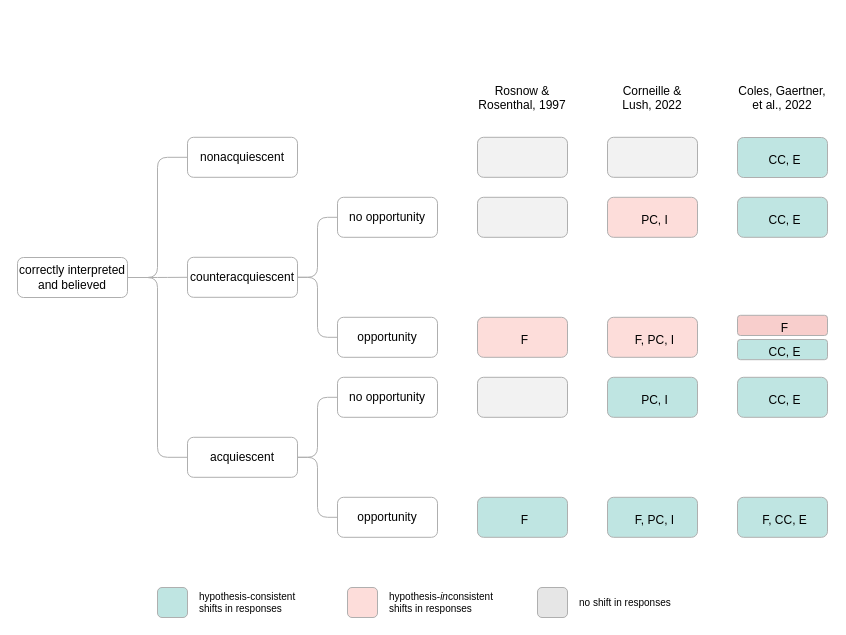
The draw.io diagram page "Copy of FrameworkFigure" (2 of 9) of images/metaware_figures.drawio in ColesNicholas/metaware, before the edit. Source tidied: cells renumbered, new cells numbered last; positions are measured from the earlier drawing's top-left corner, leaving out a move shared by most shapes. Both pictures are drawn from the tidied source at 100%, with x=0, y=0 at pixel (17, 77).
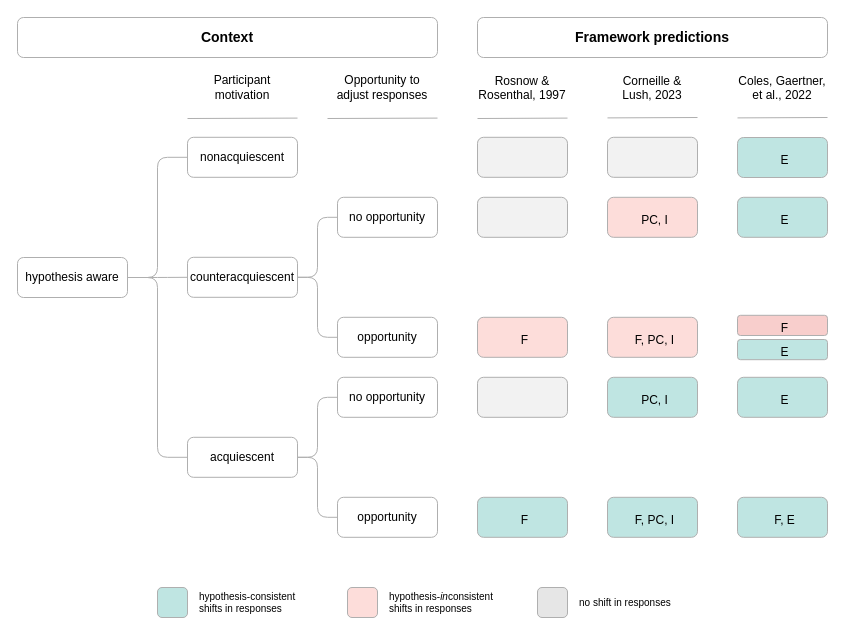
The same diagram, later.

The edit, as a diff of the source:
```diff
@@
-    <mxCell id="2" value="correctly interpreted and believed" style="rounded=1;whiteSpace=wrap;html=1;strokeColor=#AFAFAF;" parent="1" vertex="1">
+    <mxCell id="2" value="hypothesis aware" style="rounded=1;whiteSpace=wrap;html=1;strokeColor=#AFAFAF;" parent="1" vertex="1">
       <mxGeometry y="180" width="110" height="40" as="geometry" />
     </mxCell>
@@
-    <mxCell id="27" value="&lt;font style=&quot;font-size: 12px;&quot;&gt;Rosnow &amp;amp; Rosenthal, 1997&lt;/font&gt;&lt;b&gt;&lt;br&gt;&lt;/b&gt;" style="text;html=1;strokeColor=none;fillColor=none;align=center;verticalAlign=top;whiteSpace=wrap;rounded=1;fontStyle=0;fontColor=#000000;" parent="1" vertex="1">
-      <mxGeometry x="460" width="90" height="40" as="geometry" />
+    <mxCell id="27" value="&lt;font style=&quot;font-size: 12px;&quot;&gt;Rosnow &amp;amp; Rosenthal, 1997&lt;/font&gt;&lt;span&gt;&lt;br&gt;&lt;/span&gt;" style="text;html=1;strokeColor=none;fillColor=none;align=center;verticalAlign=top;whiteSpace=wrap;rounded=1;fontStyle=0;fontColor=#000000;" parent="1" vertex="1">
+      <mxGeometry x="460" y="-10" width="90" height="40" as="geometry" />
     </mxCell>
@@
-    <mxCell id="29" value="&lt;font style=&quot;font-size: 12px;&quot;&gt;Corneille &amp;amp; Lush, 2022&lt;/font&gt;&lt;b&gt;&lt;br&gt;&lt;/b&gt;" style="text;html=1;strokeColor=none;fillColor=none;align=center;verticalAlign=top;whiteSpace=wrap;rounded=1;fontStyle=0;fontColor=#000000;" parent="1" vertex="1">
-      <mxGeometry x="590" width="90" height="40" as="geometry" />
+    <mxCell id="29" value="&lt;font style=&quot;font-size: 12px;&quot;&gt;Corneille &amp;amp; Lush, 2023&lt;/font&gt;&lt;b&gt;&lt;br&gt;&lt;/b&gt;" style="text;html=1;strokeColor=none;fillColor=none;align=center;verticalAlign=top;whiteSpace=wrap;rounded=1;fontStyle=0;fontColor=#000000;" parent="1" vertex="1">
+      <mxGeometry x="590" y="-10" width="90" height="40" as="geometry" />
     </mxCell>
-    <mxCell id="30" value="&lt;font style=&quot;font-size: 12px;&quot;&gt;CC, E&lt;/font&gt;" style="rounded=1;whiteSpace=wrap;html=1;fontColor=#000000;align=center;spacingLeft=5;strokeColor=#AFAFAF;fontStyle=0;fontSize=22;fillColor=#BFE5E2;" parent="1" vertex="1">
+    <mxCell id="30" value="&lt;font style=&quot;font-size: 12px;&quot;&gt;E&lt;/font&gt;" style="rounded=1;whiteSpace=wrap;html=1;fontColor=#000000;align=center;spacingLeft=5;strokeColor=#AFAFAF;fontStyle=0;fontSize=22;fillColor=#BFE5E2;" parent="1" vertex="1">
       <mxGeometry x="720" y="60" width="90" height="40" as="geometry" />
     </mxCell>
     <mxCell id="31" value="&lt;font style=&quot;font-size: 12px;&quot;&gt;Coles, Gaertner, et al., 2022&lt;/font&gt;&lt;b&gt;&lt;br&gt;&lt;/b&gt;" style="text;html=1;strokeColor=none;fillColor=none;align=center;verticalAlign=top;whiteSpace=wrap;rounded=1;fontStyle=0;fontColor=#000000;" parent="1" vertex="1">
-      <mxGeometry x="720" width="90" height="40" as="geometry" />
+      <mxGeometry x="720" y="-10" width="90" height="40" as="geometry" />
     </mxCell>
-    <mxCell id="32" value="&lt;font style=&quot;font-size: 12px;&quot;&gt;F, CC, E&lt;/font&gt;" style="rounded=1;whiteSpace=wrap;html=1;fontColor=#000000;align=center;spacingLeft=5;strokeColor=#AFAFAF;fontStyle=0;fontSize=22;fillColor=#BFE5E2;" parent="1" vertex="1">
+    <mxCell id="32" value="&lt;font style=&quot;font-size: 12px;&quot;&gt;F, E&lt;/font&gt;" style="rounded=1;whiteSpace=wrap;html=1;fontColor=#000000;align=center;spacingLeft=5;strokeColor=#AFAFAF;fontStyle=0;fontSize=22;fillColor=#BFE5E2;" parent="1" vertex="1">
       <mxGeometry x="720" y="419.8" width="90" height="40" as="geometry" />
     </mxCell>
-    <mxCell id="33" value="&lt;font style=&quot;font-size: 12px;&quot;&gt;CC, E&lt;/font&gt;" style="rounded=1;whiteSpace=wrap;html=1;fontColor=#000000;align=center;spacingLeft=5;strokeColor=#AFAFAF;fontStyle=0;fontSize=22;fillColor=#BFE5E2;" parent="1" vertex="1">
+    <mxCell id="33" value="&lt;font style=&quot;font-size: 12px;&quot;&gt;E&lt;/font&gt;" style="rounded=1;whiteSpace=wrap;html=1;fontColor=#000000;align=center;spacingLeft=5;strokeColor=#AFAFAF;fontStyle=0;fontSize=22;fillColor=#BFE5E2;" parent="1" vertex="1">
       <mxGeometry x="720" y="119.8" width="90" height="40" as="geometry" />
     </mxCell>
@@
-    <mxCell id="37" value="&lt;font style=&quot;font-size: 12px;&quot;&gt;CC, E&lt;/font&gt;" style="rounded=1;whiteSpace=wrap;html=1;fontColor=#000000;align=center;spacingLeft=5;strokeColor=#AFAFAF;fontStyle=0;fontSize=22;fillColor=#BFE5E2;" parent="1" vertex="1">
+    <mxCell id="37" value="&lt;font style=&quot;font-size: 12px;&quot;&gt;E&lt;/font&gt;" style="rounded=1;whiteSpace=wrap;html=1;fontColor=#000000;align=center;spacingLeft=5;strokeColor=#AFAFAF;fontStyle=0;fontSize=22;fillColor=#BFE5E2;" parent="1" vertex="1">
       <mxGeometry x="720" y="262" width="90" height="20.2" as="geometry" />
     </mxCell>
@@
-    <mxCell id="39" value="&lt;font style=&quot;font-size: 12px;&quot;&gt;CC, E&lt;/font&gt;" style="rounded=1;whiteSpace=wrap;html=1;fontColor=#000000;align=center;spacingLeft=5;strokeColor=#AFAFAF;fontStyle=0;fontSize=22;fillColor=#BFE5E2;" parent="1" vertex="1">
+    <mxCell id="39" value="&lt;font style=&quot;font-size: 12px;&quot;&gt;E&lt;/font&gt;" style="rounded=1;whiteSpace=wrap;html=1;fontColor=#000000;align=center;spacingLeft=5;strokeColor=#AFAFAF;fontStyle=0;fontSize=22;fillColor=#BFE5E2;" parent="1" vertex="1">
       <mxGeometry x="720" y="299.8" width="90" height="40" as="geometry" />
     </mxCell>
@@
+    <mxCell id="42" style="endArrow=none;html=1;rounded=1;strokeColor=#AFAFAF;fontColor=#FFFFFF;entryX=0.934;entryY=0.842;entryDx=0;entryDy=0;entryPerimeter=0;" parent="1" edge="1">
+      <mxGeometry relative="1" as="geometry">
+        <mxPoint x="460" y="41" as="sourcePoint" />
+        <mxPoint x="550" y="40.6" as="targetPoint" />
+      </mxGeometry>
+    </mxCell>
+    <mxCell id="43" style="endArrow=none;html=1;rounded=1;strokeColor=#AFAFAF;fontColor=#FFFFFF;entryX=0.934;entryY=0.842;entryDx=0;entryDy=0;entryPerimeter=0;" parent="1" edge="1">
+      <mxGeometry relative="1" as="geometry">
+        <mxPoint x="590" y="40.4" as="sourcePoint" />
+        <mxPoint x="680" y="40" as="targetPoint" />
+      </mxGeometry>
+    </mxCell>
+    <mxCell id="44" style="endArrow=none;html=1;rounded=1;strokeColor=#AFAFAF;fontColor=#FFFFFF;entryX=0.934;entryY=0.842;entryDx=0;entryDy=0;entryPerimeter=0;" parent="1" edge="1">
+      <mxGeometry relative="1" as="geometry">
+        <mxPoint x="720" y="40.4" as="sourcePoint" />
+        <mxPoint x="810" y="40" as="targetPoint" />
+      </mxGeometry>
+    </mxCell>
+    <mxCell id="45" value="&lt;b&gt;&lt;font style=&quot;font-size: 14px;&quot;&gt;Context&lt;/font&gt;&lt;/b&gt;" style="rounded=1;whiteSpace=wrap;html=1;strokeColor=#AFAFAF;" parent="1" vertex="1">
+      <mxGeometry y="-60" width="420" height="40" as="geometry" />
+    </mxCell>
+    <mxCell id="46" value="&lt;b&gt;&lt;font style=&quot;font-size: 14px;&quot;&gt;Framework predictions&lt;/font&gt;&lt;/b&gt;" style="rounded=1;whiteSpace=wrap;html=1;strokeColor=#AFAFAF;" parent="1" vertex="1">
+      <mxGeometry x="460" y="-60" width="350" height="40" as="geometry" />
+    </mxCell>
+    <mxCell id="47" value="&lt;font style=&quot;font-size: 12px;&quot;&gt;Participant motivation&lt;/font&gt;&lt;span&gt;&lt;br&gt;&lt;/span&gt;" style="text;html=1;strokeColor=none;fillColor=none;align=center;verticalAlign=middle;whiteSpace=wrap;rounded=1;fontStyle=0;fontColor=#000000;" parent="1" vertex="1">
+      <mxGeometry x="170" y="-10" width="110" height="40" as="geometry" />
+    </mxCell>
+    <mxCell id="48" style="endArrow=none;html=1;rounded=1;strokeColor=#AFAFAF;fontColor=#FFFFFF;entryX=0.934;entryY=0.842;entryDx=0;entryDy=0;entryPerimeter=0;" parent="1" edge="1">
+      <mxGeometry relative="1" as="geometry">
+        <mxPoint x="170" y="41" as="sourcePoint" />
+        <mxPoint x="280" y="40.6" as="targetPoint" />
+      </mxGeometry>
+    </mxCell>
+    <mxCell id="49" value="&lt;font style=&quot;font-size: 12px;&quot;&gt;Opportunity to adjust responses&lt;/font&gt;&lt;span&gt;&lt;br&gt;&lt;/span&gt;" style="text;html=1;strokeColor=none;fillColor=none;align=center;verticalAlign=middle;whiteSpace=wrap;rounded=1;fontStyle=0;fontColor=#000000;" parent="1" vertex="1">
+      <mxGeometry x="310" y="-10" width="110" height="40" as="geometry" />
+    </mxCell>
+    <mxCell id="50" style="endArrow=none;html=1;rounded=1;strokeColor=#AFAFAF;fontColor=#FFFFFF;entryX=0.934;entryY=0.842;entryDx=0;entryDy=0;entryPerimeter=0;" parent="1" edge="1">
+      <mxGeometry relative="1" as="geometry">
+        <mxPoint x="310" y="41" as="sourcePoint" />
+        <mxPoint x="420" y="40.6" as="targetPoint" />
+      </mxGeometry>
+    </mxCell>
```
